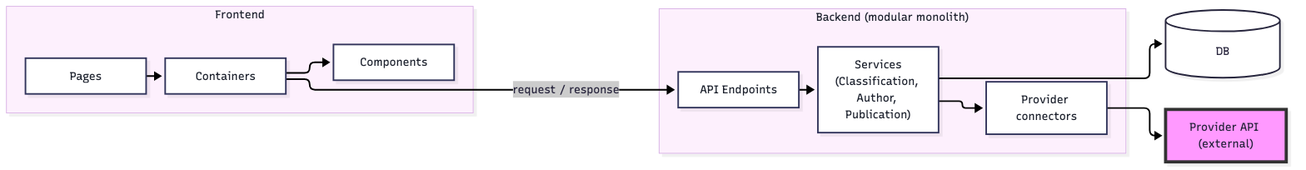
This is docs/tex/include/fig-arch-mvc-diagram.png from esaounkine/uop-thesis, a Mermaid export, as it was before one commit. Its source is kept beside it as docs/diagrams/fig-arch-mvc-diagram.mmd. The source it was exported from:
```mermaid
graph LR
  subgraph FE["Frontend"]
    direction TB
    PAGES["Pages"] --> CONT["Containers"] --> COMP["Components"]
  end
  subgraph BE["Backend (modular monolith)"]
    direction TB
    API["API Endpoints"]
    SVC["Services<br/>(Classification, Author, Publication)"]
    PC["Provider connectors"]
    API --> SVC
    SVC --> PC
  end
  DB[("DB")]
  Providers["Provider API (external)"]

  CONT -->|"request / response"| API
  SVC --> DB
  PC --> Providers

  classDef plain fill:#ffffff,stroke:#33365c,stroke-width:2px,color:#1f2430
  class PAGES,CONT,COMP,API,SVC,PC plain
  style Providers fill:#f9f,stroke:#333,stroke-width:4px
  style FE fill:#fdf0fd,stroke:#d9b3e6,color:#1f2430
  style BE fill:#fdf0fd,stroke:#d9b3e6,color:#1f2430
```
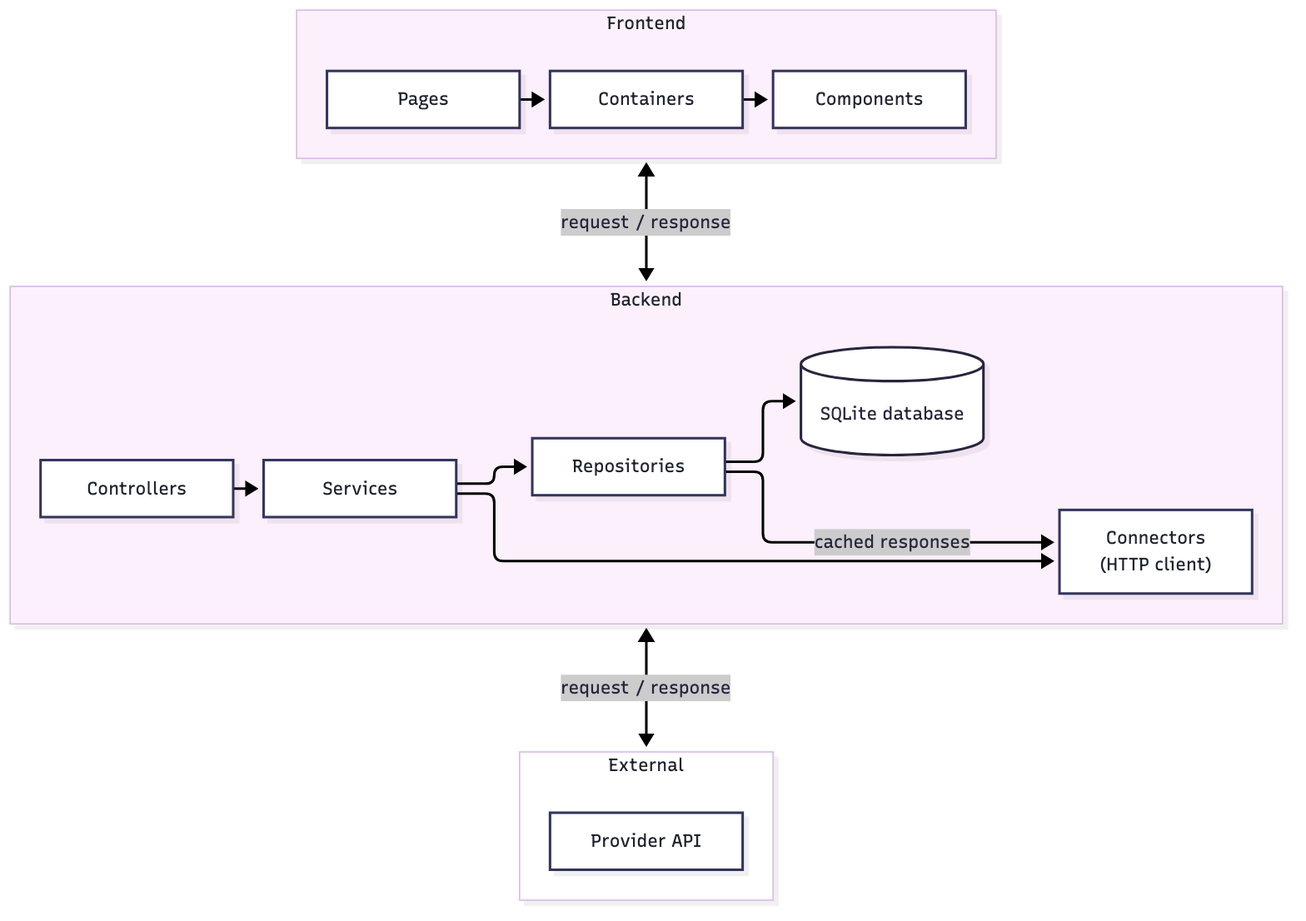
After the change.

The edit, as a diff of the source:
```diff
@@ -1,25 +1,26 @@
-graph LR
+flowchart TB
   subgraph FE["Frontend"]
-    direction TB
+    direction LR
     PAGES["Pages"] --> CONT["Containers"] --> COMP["Components"]
   end
-  subgraph BE["Backend (modular monolith)"]
-    direction TB
-    API["API Endpoints"]
-    SVC["Services<br/>(Classification, Author, Publication)"]
-    PC["Provider connectors"]
-    API --> SVC
-    SVC --> PC
+  subgraph BE["Backend"]
+    direction LR
+    CTRL["Controllers"] --> SVC["Services"]
+    SVC --> REPO["Repositories"]
+    SVC --> CONN["Connectors<br/>(HTTP client)"]
+    REPO --> DB[("SQLite database")]
+    REPO -->|"cached responses"| CONN
   end
-  DB[("DB")]
-  Providers["Provider API (external)"]
+  subgraph EXT["External"]
+    direction LR
+    PROV["Provider API"]
+  end
 
-  CONT -->|"request / response"| API
-  SVC --> DB
-  PC --> Providers
+  FE <-->|"request / response"| BE
+  BE <-->|"request / response"| EXT
 
   classDef plain fill:#ffffff,stroke:#33365c,stroke-width:2px,color:#1f2430
-  class PAGES,CONT,COMP,API,SVC,PC plain
-  style Providers fill:#f9f,stroke:#333,stroke-width:4px
+  class PAGES,CONT,COMP,CTRL,SVC,CONN,REPO,PROV plain
   style FE fill:#fdf0fd,stroke:#d9b3e6,color:#1f2430
   style BE fill:#fdf0fd,stroke:#d9b3e6,color:#1f2430
+  style EXT fill:#ffffff,stroke:#d9b3e6,color:#1f2430
```
